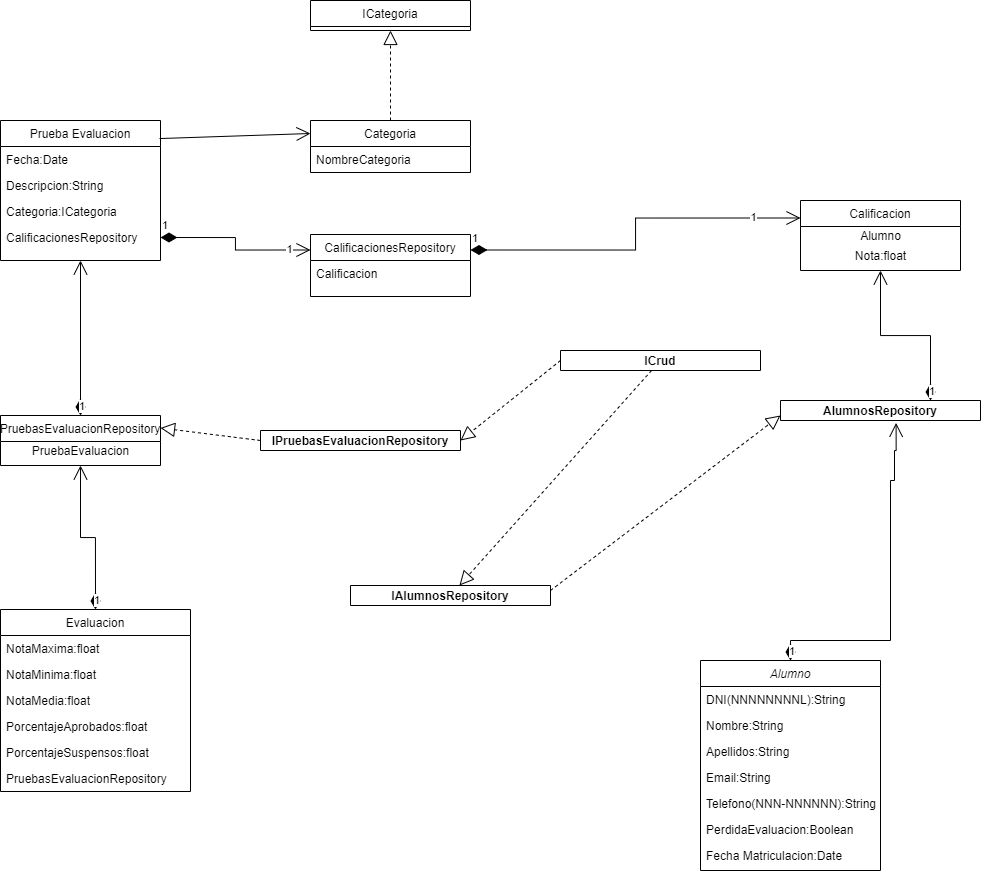
Above: DiagramaClasesProyecto.png in Rochiio/ProyectoSistemaGestionCalificaciones (draw.io), before the change. Source tidied: cells renumbered, new cells last; positions are measured from the earlier drawing's top-left corner, leaving out a move shared by most shapes.
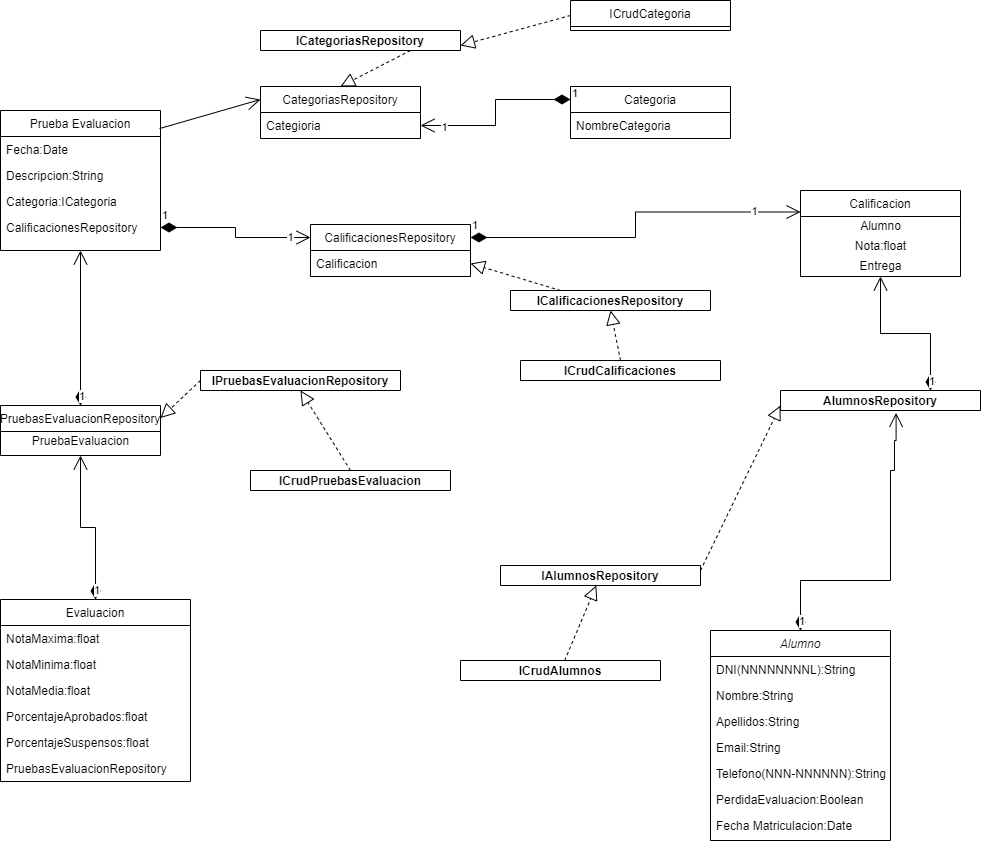
After the change.

The edit, as a diff of the source:
```diff
@@ -3,7 +3,7 @@
     <mxCell id="0" />
     <mxCell id="1" parent="0" />
     <mxCell id="2" value="Alumno" style="swimlane;fontStyle=2;align=center;verticalAlign=top;horizontal=1;startSize=26;rounded=0;shadow=0;strokeWidth=1;" parent="1" vertex="1">
-      <mxGeometry x="700" y="660" width="180" height="210" as="geometry" />
+      <mxGeometry x="710" y="640" width="180" height="210" as="geometry" />
     </mxCell>
     <mxCell id="3" value="DNI(NNNNNNNNL):String" style="text;align=left;verticalAlign=top;spacingLeft=4;spacingRight=4;overflow=hidden;" parent="2" vertex="1">
       <mxGeometry y="26" width="180" height="26" as="geometry" />
@@ -48,7 +48,7 @@
       <mxGeometry y="156" width="190" height="26" as="geometry" />
     </mxCell>
     <mxCell id="17" value="CalificacionesRepository" style="swimlane;fontStyle=0;align=center;verticalAlign=top;horizontal=1;startSize=26;rounded=0;shadow=0;strokeWidth=1;" parent="1" vertex="1">
-      <mxGeometry x="310" y="234" width="160" height="62" as="geometry" />
+      <mxGeometry x="310" y="234" width="160" height="52" as="geometry" />
     </mxCell>
     <mxCell id="18" value="Calificacion" style="text;align=left;verticalAlign=top;spacingLeft=4;spacingRight=4;overflow=hidden;points=[[0,0.5],[1,0.5]];portConstraint=eastwest;" parent="17" vertex="1">
       <mxGeometry y="26" width="160" height="26" as="geometry" />
@@ -68,17 +68,20 @@
     <mxCell id="23" value="CalificacionesRepository" style="text;align=left;verticalAlign=top;spacingLeft=4;spacingRight=4;overflow=hidden;points=[[0,0.5],[1,0.5]];portConstraint=eastwest;rounded=0;shadow=0;html=0;" parent="19" vertex="1">
       <mxGeometry y="104" width="160" height="26" as="geometry" />
     </mxCell>
-    <mxCell id="24" value="ICategoria" style="swimlane;fontStyle=0;align=center;verticalAlign=top;horizontal=1;startSize=26;rounded=0;shadow=0;strokeWidth=1;" parent="1" vertex="1">
-      <mxGeometry x="310" width="160" height="30" as="geometry" />
+    <mxCell id="24" value="ICrudCategoria" style="swimlane;fontStyle=0;align=center;verticalAlign=top;horizontal=1;startSize=26;rounded=0;shadow=0;strokeWidth=1;" parent="1" vertex="1">
+      <mxGeometry x="570" y="10" width="160" height="30" as="geometry" />
     </mxCell>
     <mxCell id="25" value="Calificacion" style="swimlane;fontStyle=0;align=center;verticalAlign=top;horizontal=1;startSize=26;rounded=0;shadow=0;strokeWidth=1;" parent="1" vertex="1">
-      <mxGeometry x="800" y="200" width="160" height="70" as="geometry" />
+      <mxGeometry x="800" y="200" width="160" height="86" as="geometry" />
     </mxCell>
     <mxCell id="26" value="Alumno" style="text;html=1;align=center;verticalAlign=middle;strokeColor=none;fillColor=none;" parent="25" vertex="1">
       <mxGeometry y="26" width="160" height="20" as="geometry" />
     </mxCell>
+    <mxCell id="50" value="Nota:float" style="text;html=1;align=center;verticalAlign=middle;strokeColor=none;fillColor=none;" parent="25" vertex="1">
+      <mxGeometry y="46" width="160" height="20" as="geometry" />
+    </mxCell>
-    <mxCell id="27" value="Nota:float" style="text;html=1;align=center;verticalAlign=middle;strokeColor=none;fillColor=none;" parent="25" vertex="1">
-      <mxGeometry y="46" width="160" height="20" as="geometry" />
+    <mxCell id="27" value="Entrega" style="text;html=1;align=center;verticalAlign=middle;strokeColor=none;fillColor=none;" parent="25" vertex="1">
+      <mxGeometry y="66" width="160" height="20" as="geometry" />
     </mxCell>
     <mxCell id="28" value="PruebasEvaluacionRepository" style="swimlane;fontStyle=0;align=center;verticalAlign=top;horizontal=1;startSize=26;rounded=0;shadow=0;strokeWidth=1;" parent="1" vertex="1">
       <mxGeometry y="415" width="160" height="50" as="geometry" />
@@ -87,12 +90,12 @@
       <mxGeometry y="26" width="160" height="20" as="geometry" />
     </mxCell>
     <mxCell id="30" value="Categoria" style="swimlane;fontStyle=0;align=center;verticalAlign=top;horizontal=1;startSize=26;rounded=0;shadow=0;strokeWidth=1;" parent="1" vertex="1">
-      <mxGeometry x="310" y="120" width="160" height="52" as="geometry" />
+      <mxGeometry x="570" y="96" width="160" height="52" as="geometry" />
     </mxCell>
     <mxCell id="31" value="NombreCategoria" style="text;align=left;verticalAlign=top;spacingLeft=4;spacingRight=4;overflow=hidden;" parent="30" vertex="1">
       <mxGeometry y="26" width="160" height="26" as="geometry" />
     </mxCell>
-    <mxCell id="32" style="endArrow=block;dashed=1;endFill=0;endSize=12;html=1;rounded=0;" parent="1" edge="1" source="30" target="24">
+    <mxCell id="32" style="endArrow=block;dashed=1;endFill=0;endSize=12;html=1;rounded=0;entryX=1;entryY=0.75;entryDx=0;entryDy=0;exitX=0;exitY=0.5;exitDx=0;exitDy=0;" parent="1" edge="1" source="24" target="61">
       <mxGeometry relative="1" as="geometry" />
     </mxCell>
     <mxCell id="33" value="1" style="endArrow=open;html=1;endSize=12;startArrow=diamondThin;startSize=14;startFill=1;edgeStyle=orthogonalEdgeStyle;align=left;verticalAlign=bottom;rounded=0;exitX=1;exitY=0.5;exitDx=0;exitDy=0;entryX=0;entryY=0.25;entryDx=0;entryDy=0;" parent="1" edge="1" source="23" target="17">
@@ -107,7 +110,7 @@
     <mxCell id="36" value="1" style="edgeLabel;html=1;align=center;verticalAlign=middle;" parent="35" vertex="1">
       <mxGeometry x="0.74" y="1" relative="1" as="geometry" />
     </mxCell>
-    <mxCell id="37" style="endArrow=open;endFill=1;endSize=12;html=1;rounded=0;exitX=0.994;exitY=0.129;exitDx=0;exitDy=0;exitPerimeter=0;entryX=0;entryY=0.25;entryDx=0;entryDy=0;" parent="1" edge="1" source="19" target="30">
+    <mxCell id="37" style="endArrow=open;endFill=1;endSize=12;html=1;rounded=0;exitX=0.994;exitY=0.129;exitDx=0;exitDy=0;exitPerimeter=0;entryX=0;entryY=0.25;entryDx=0;entryDy=0;" parent="1" edge="1" source="19" target="53">
       <mxGeometry relative="1" as="geometry" />
     </mxCell>
     <mxCell id="38" value="1" style="endArrow=open;html=1;endSize=12;startArrow=diamondThin;startSize=14;startFill=1;edgeStyle=orthogonalEdgeStyle;align=left;verticalAlign=bottom;rounded=0;entryX=0.5;entryY=1;entryDx=0;entryDy=0;exitX=0.75;exitY=0;exitDx=0;exitDy=0;" parent="1" edge="1" source="42" target="25">
@@ -122,7 +125,8 @@
     <mxCell id="41" value="1" style="endArrow=open;html=1;endSize=12;startArrow=diamondThin;startSize=14;startFill=1;edgeStyle=orthogonalEdgeStyle;align=left;verticalAlign=bottom;rounded=0;exitX=0.5;exitY=0;exitDx=0;exitDy=0;entryX=0.578;entryY=1.119;entryDx=0;entryDy=0;entryPerimeter=0;" parent="1" edge="1" source="2" target="42">
       <mxGeometry x="-1" y="3" relative="1" as="geometry">
         <Array as="points">
-          <mxPoint x="890" y="640" />
+          <mxPoint x="800" y="590" />
+          <mxPoint x="890" y="590" />
           <mxPoint x="890" y="480" />
           <mxPoint x="894" y="480" />
           <mxPoint x="894" y="450" />
@@ -133,26 +137,59 @@
     <mxCell id="42" value="AlumnosRepository" style="swimlane;" parent="1" vertex="1">
       <mxGeometry x="780" y="400" width="200" height="20" as="geometry" />
     </mxCell>
-    <mxCell id="43" value="ICrud" style="swimlane;" parent="1" vertex="1">
-      <mxGeometry x="560" y="350" width="200" height="20" as="geometry" />
+    <mxCell id="43" value="ICrudAlumnos" style="swimlane;" parent="1" vertex="1">
+      <mxGeometry x="460" y="670" width="200" height="20" as="geometry" />
     </mxCell>
     <mxCell id="44" value="IAlumnosRepository" style="swimlane;" parent="1" vertex="1">
-      <mxGeometry x="350" y="585" width="200" height="20" as="geometry" />
+      <mxGeometry x="500" y="575" width="200" height="20" as="geometry" />
     </mxCell>
     <mxCell id="45" value="IPruebasEvaluacionRepository" style="swimlane;" parent="1" vertex="1">
-      <mxGeometry x="260" y="430" width="200" height="20" as="geometry" />
+      <mxGeometry x="200" y="380" width="200" height="20" as="geometry" />
     </mxCell>
     <mxCell id="46" style="endArrow=block;dashed=1;endFill=0;endSize=12;html=1;rounded=0;" parent="1" edge="1" source="43" target="44">
       <mxGeometry relative="1" as="geometry" />
     </mxCell>
-    <mxCell id="47" style="endArrow=block;dashed=1;endFill=0;endSize=12;html=1;rounded=0;exitX=0;exitY=0.5;exitDx=0;exitDy=0;entryX=1;entryY=0.5;entryDx=0;entryDy=0;" parent="1" edge="1" source="43" target="45">
-      <mxGeometry relative="1" as="geometry" />
-    </mxCell>
     <mxCell id="48" style="endArrow=block;dashed=1;endFill=0;endSize=12;html=1;rounded=0;entryX=0;entryY=0.75;entryDx=0;entryDy=0;exitX=1;exitY=0.25;exitDx=0;exitDy=0;" parent="1" edge="1" source="44" target="42">
       <mxGeometry relative="1" as="geometry" />
     </mxCell>
     <mxCell id="49" style="endArrow=block;dashed=1;endFill=0;endSize=12;html=1;rounded=0;exitX=0;exitY=0.5;exitDx=0;exitDy=0;entryX=1;entryY=0.25;entryDx=0;entryDy=0;" parent="1" edge="1" source="45" target="28">
       <mxGeometry relative="1" as="geometry" />
     </mxCell>
+    <mxCell id="51" value="ICrudPruebasEvaluacion" style="swimlane;" parent="1" vertex="1">
+      <mxGeometry x="250" y="480" width="200" height="20" as="geometry" />
+    </mxCell>
+    <mxCell id="52" style="endArrow=block;dashed=1;endFill=0;endSize=12;html=1;rounded=0;exitX=0.5;exitY=0;exitDx=0;exitDy=0;entryX=0.5;entryY=1;entryDx=0;entryDy=0;" parent="1" edge="1" source="51" target="45">
+      <mxGeometry relative="1" as="geometry" />
+    </mxCell>
+    <mxCell id="53" value="CategoriasRepository" style="swimlane;fontStyle=0;align=center;verticalAlign=top;horizontal=1;startSize=26;rounded=0;shadow=0;strokeWidth=1;" parent="1" vertex="1">
+      <mxGeometry x="260" y="96" width="160" height="52" as="geometry" />
+    </mxCell>
+    <mxCell id="54" value="Categioria" style="text;align=left;verticalAlign=top;spacingLeft=4;spacingRight=4;overflow=hidden;" parent="53" vertex="1">
+      <mxGeometry y="26" width="160" height="26" as="geometry" />
+    </mxCell>
+    <mxCell id="55" value="ICrudCalificaciones" style="swimlane;" parent="1" vertex="1">
+      <mxGeometry x="520" y="370" width="200" height="20" as="geometry" />
+    </mxCell>
+    <mxCell id="56" value="ICalificacionesRepository" style="swimlane;" parent="1" vertex="1">
+      <mxGeometry x="510" y="300" width="200" height="20" as="geometry" />
+    </mxCell>
+    <mxCell id="57" style="endArrow=block;dashed=1;endFill=0;endSize=12;html=1;rounded=0;exitX=0.5;exitY=0;exitDx=0;exitDy=0;entryX=0.5;entryY=1;entryDx=0;entryDy=0;" parent="1" edge="1" source="55" target="56">
+      <mxGeometry relative="1" as="geometry" />
+    </mxCell>
+    <mxCell id="58" style="endArrow=block;dashed=1;endFill=0;endSize=12;html=1;rounded=0;exitX=0.25;exitY=0;exitDx=0;exitDy=0;entryX=1;entryY=0.5;entryDx=0;entryDy=0;" parent="1" edge="1" source="56" target="18">
+      <mxGeometry relative="1" as="geometry" />
+    </mxCell>
+    <mxCell id="59" value="1" style="endArrow=open;html=1;endSize=12;startArrow=diamondThin;startSize=14;startFill=1;edgeStyle=orthogonalEdgeStyle;align=left;verticalAlign=bottom;rounded=0;exitX=0;exitY=0.25;exitDx=0;exitDy=0;entryX=1;entryY=0.75;entryDx=0;entryDy=0;" parent="1" edge="1" source="30" target="53">
+      <mxGeometry x="-1" y="3" relative="1" as="geometry" />
+    </mxCell>
+    <mxCell id="60" value="1" style="edgeLabel;html=1;align=center;verticalAlign=middle;" parent="59" vertex="1">
+      <mxGeometry x="0.74" y="1" relative="1" as="geometry" />
+    </mxCell>
+    <mxCell id="61" value="ICategoriasRepository" style="swimlane;" parent="1" vertex="1">
+      <mxGeometry x="260" y="40" width="200" height="20" as="geometry" />
+    </mxCell>
+    <mxCell id="62" style="endArrow=block;dashed=1;endFill=0;endSize=12;html=1;rounded=0;exitX=0.75;exitY=1;exitDx=0;exitDy=0;entryX=0.5;entryY=0;entryDx=0;entryDy=0;" parent="1" edge="1" source="61" target="53">
+      <mxGeometry relative="1" as="geometry" />
+    </mxCell>
   </root>
 </mxGraphModel>
```
